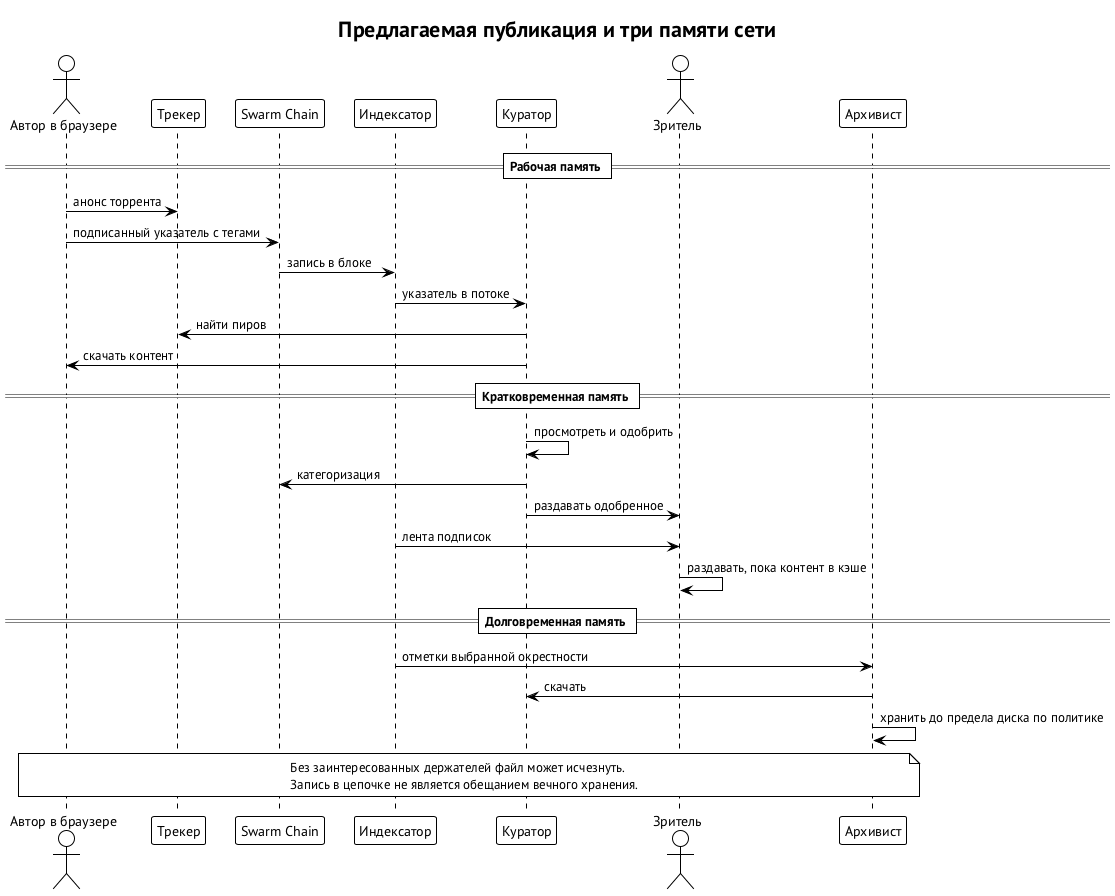
Earlier version of the PlantUML export book/diagrams/publish-flow.png (relux-works/swarma-docs). The source it was exported from:
```plantuml
@startuml publish-flow
!theme plain
skinparam defaultFontName "PT Sans"
skinparam shadowing false
title Предлагаемая публикация и три памяти сети
actor "Автор в браузере" as A
participant "Трекер" as T
participant "Swarm Chain" as C
participant "Индексатор" as I
participant "Куратор" as K
actor "Зритель" as V
participant "Архивист" as L
== Рабочая память ==
A -> T : анонс торрента
A -> C : подписанный указатель с тегами
C -> I : запись в блоке
I -> K : указатель в потоке
K -> T : найти пиров
K -> A : скачать контент
== Кратковременная память ==
K -> K : просмотреть и одобрить
K -> C : категоризация
K -> V : раздавать одобренное
I -> V : лента подписок
V -> V : раздавать, пока контент в кэше
== Долговременная память ==
I -> L : отметки выбранной окрестности
L -> K : скачать
L -> L : хранить до предела диска по политике
note over A, L
  Без заинтересованных держателей файл может исчезнуть.
  Запись в цепочке не является обещанием вечного хранения.
end note
@enduml
```
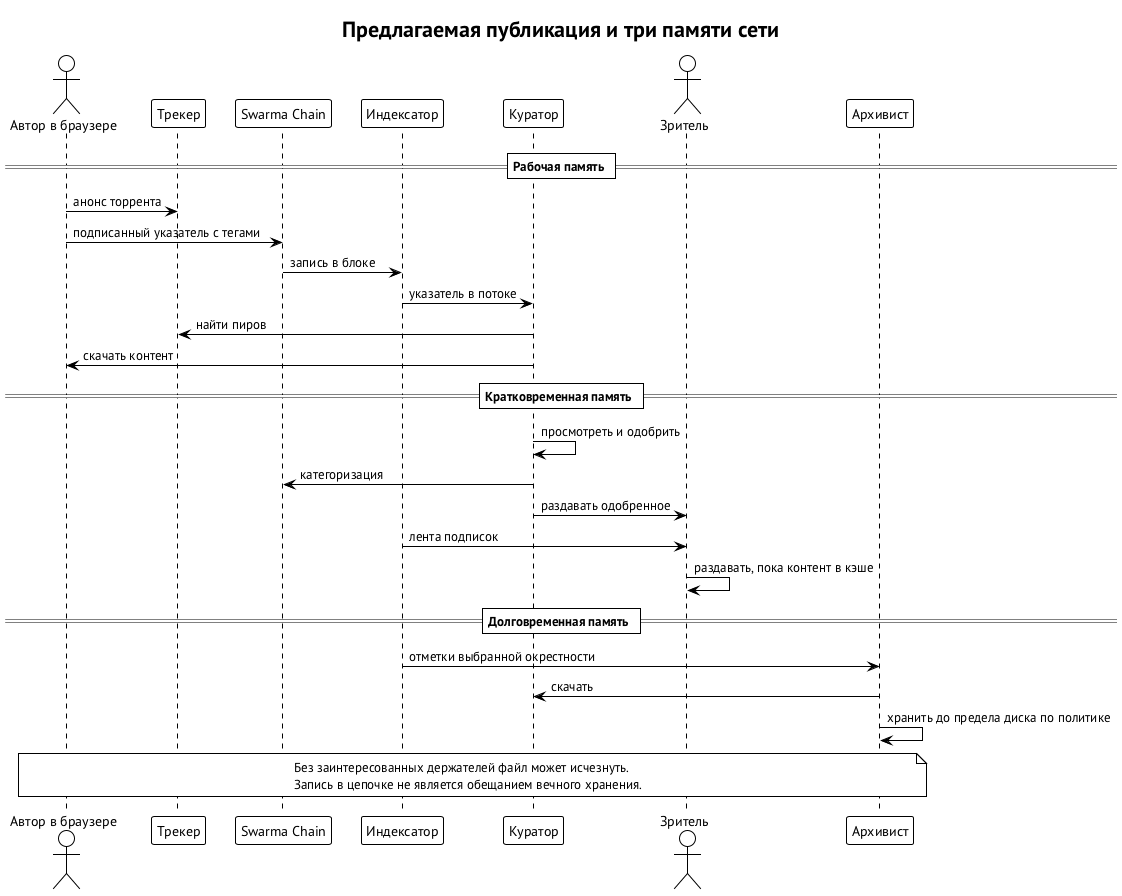
The same diagram one commit later.

The edit, as a diff of the source:
```diff
@@ -5,7 +5,7 @@
 title Предлагаемая публикация и три памяти сети
 actor "Автор в браузере" as A
 participant "Трекер" as T
-participant "Swarm Chain" as C
+participant "Swarma Chain" as C
 participant "Индексатор" as I
 participant "Куратор" as K
 actor "Зритель" as V
```
